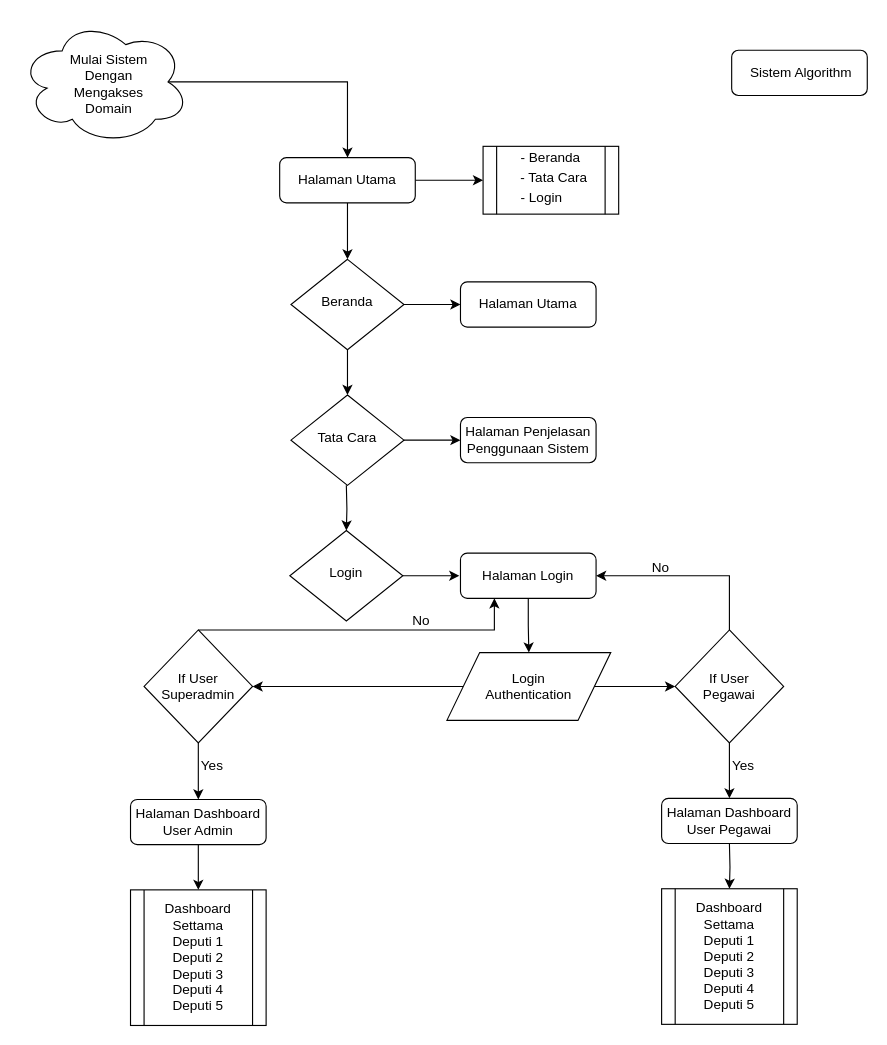
gjhack13/simpegalgorithm keeps this draw.io diagram as Untitled Diagram.drawio. Above is the earlier version. Source tidied: cells renumbered, new cells numbered last; positions are measured from the earlier drawing's top-left corner, leaving out a move shared by most shapes. Both pictures are drawn from the tidied source at 113%, with x=0, y=0 at pixel (19, 19).
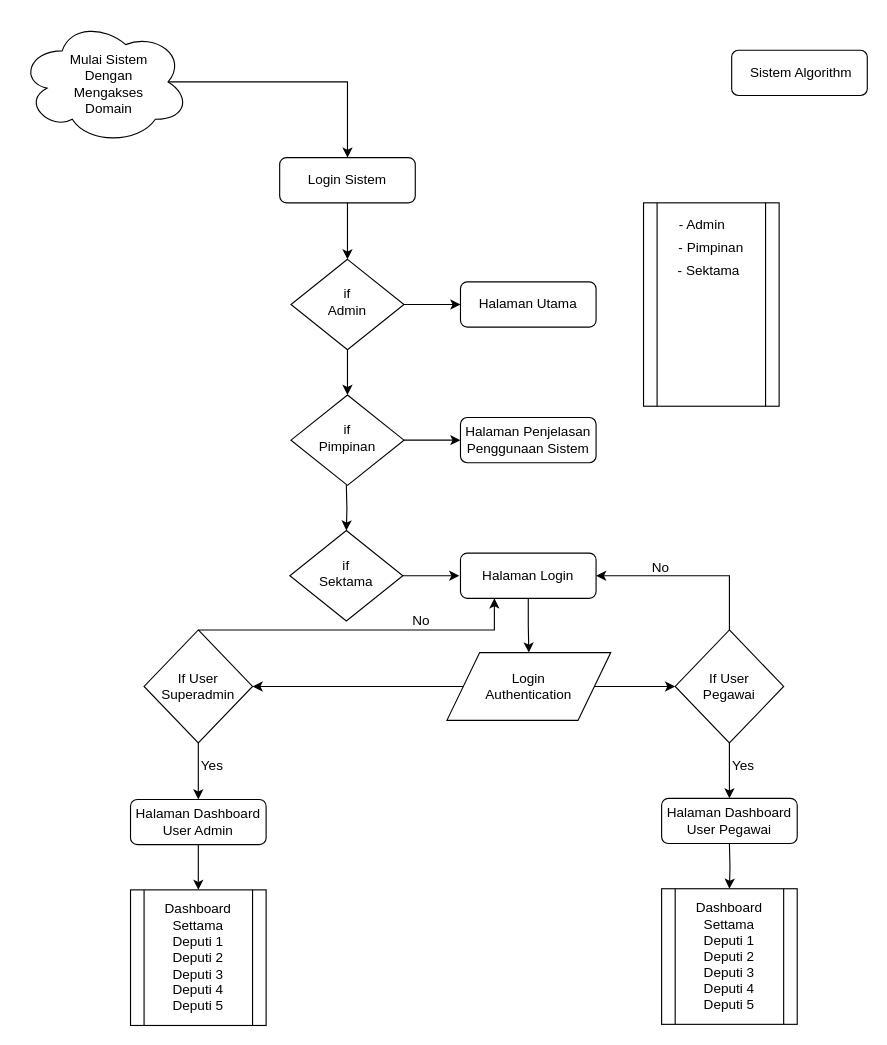
Above is the later version.

Commit message:
Apdet new logic system

Change to the diagram source:
```diff
@@
-    <mxCell id="2" style="edgeStyle=orthogonalEdgeStyle;rounded=0;jettySize=auto;html=1;exitX=1;exitY=0.5;exitDx=0;exitDy=0;entryX=0;entryY=0.5;entryDx=0;entryDy=0;" parent="1" edge="1" source="4" target="16">
-      <mxGeometry relative="1" as="geometry" />
-    </mxCell>
@@
-    <mxCell id="4" value="Halaman Utama" style="rounded=1;whiteSpace=wrap;html=1;fontSize=12;glass=0;strokeWidth=1;shadow=0;" parent="1" vertex="1">
+    <mxCell id="4" value="Login Sistem" style="rounded=1;whiteSpace=wrap;html=1;fontSize=12;glass=0;strokeWidth=1;shadow=0;" parent="1" vertex="1">
       <mxGeometry x="230" y="122" width="120" height="40" as="geometry" />
     </mxCell>
@@
-    <mxCell id="7" value="Beranda" style="rhombus;whiteSpace=wrap;html=1;shadow=0;fontFamily=Helvetica;fontSize=12;align=center;strokeWidth=1;spacing=6;spacingTop=-4;" parent="1" vertex="1">
+    <mxCell id="7" value="&lt;div&gt;if&lt;/div&gt;&lt;div&gt;Admin&lt;br&gt;&lt;/div&gt;" style="rhombus;whiteSpace=wrap;html=1;shadow=0;fontFamily=Helvetica;fontSize=12;align=center;strokeWidth=1;spacing=6;spacingTop=-4;" parent="1" vertex="1">
       <mxGeometry x="240" y="212" width="100" height="80" as="geometry" />
     </mxCell>
@@
-    <mxCell id="10" value="Tata Cara" style="rhombus;whiteSpace=wrap;html=1;shadow=0;fontFamily=Helvetica;fontSize=12;align=center;strokeWidth=1;spacing=6;spacingTop=-4;" parent="1" vertex="1">
+    <mxCell id="10" value="&lt;div&gt;if &lt;br&gt;&lt;/div&gt;&lt;div&gt;Pimpinan&lt;br&gt;&lt;/div&gt;" style="rhombus;whiteSpace=wrap;html=1;shadow=0;fontFamily=Helvetica;fontSize=12;align=center;strokeWidth=1;spacing=6;spacingTop=-4;" parent="1" vertex="1">
       <mxGeometry x="240" y="332" width="100" height="80" as="geometry" />
     </mxCell>
@@
     <mxCell id="16" style="shape=process;whiteSpace=wrap;html=1;backgroundOutline=1;" parent="1" vertex="1">
-      <mxGeometry x="410" y="112" width="120" height="60" as="geometry" />
+      <mxGeometry x="552" y="162" width="120" height="180" as="geometry" />
     </mxCell>
-    <mxCell id="17" value="- Beranda" style="text;html=1;strokeColor=none;fillColor=none;align=center;verticalAlign=middle;whiteSpace=wrap;rounded=0;" parent="1" vertex="1">
-      <mxGeometry x="435" y="112" width="70" height="20" as="geometry" />
+    <mxCell id="17" value="- Admin" style="text;html=1;strokeColor=none;fillColor=none;align=center;verticalAlign=middle;whiteSpace=wrap;rounded=0;" parent="1" vertex="1">
+      <mxGeometry x="569" y="172" width="70" height="20" as="geometry" />
     </mxCell>
-    <mxCell id="18" value="- Tata Cara" style="text;html=1;strokeColor=none;fillColor=none;align=center;verticalAlign=middle;whiteSpace=wrap;rounded=0;" parent="1" vertex="1">
-      <mxGeometry x="433" y="130" width="80" height="20" as="geometry" />
+    <mxCell id="18" value="- Pimpinan" style="text;html=1;strokeColor=none;fillColor=none;align=center;verticalAlign=middle;whiteSpace=wrap;rounded=0;" parent="1" vertex="1">
+      <mxGeometry x="572" y="192" width="80" height="20" as="geometry" />
     </mxCell>
-    <mxCell id="19" value="- Login" style="text;html=1;strokeColor=none;fillColor=none;align=center;verticalAlign=middle;whiteSpace=wrap;rounded=0;" parent="1" vertex="1">
-      <mxGeometry x="427" y="148" width="70" height="20" as="geometry" />
+    <mxCell id="19" value="- Sektama" style="text;html=1;strokeColor=none;fillColor=none;align=center;verticalAlign=middle;whiteSpace=wrap;rounded=0;" parent="1" vertex="1">
+      <mxGeometry x="575" y="212" width="70" height="20" as="geometry" />
     </mxCell>
@@
-    <mxCell id="22" value="Login" style="rhombus;whiteSpace=wrap;html=1;shadow=0;fontFamily=Helvetica;fontSize=12;align=center;strokeWidth=1;spacing=6;spacingTop=-4;" parent="1" vertex="1">
+    <mxCell id="22" value="&lt;div&gt;if &lt;br&gt;&lt;/div&gt;&lt;div&gt;Sektama&lt;/div&gt;" style="rhombus;whiteSpace=wrap;html=1;shadow=0;fontFamily=Helvetica;fontSize=12;align=center;strokeWidth=1;spacing=6;spacingTop=-4;" parent="1" vertex="1">
       <mxGeometry x="239" y="452" width="100" height="80" as="geometry" />
     </mxCell>
```
